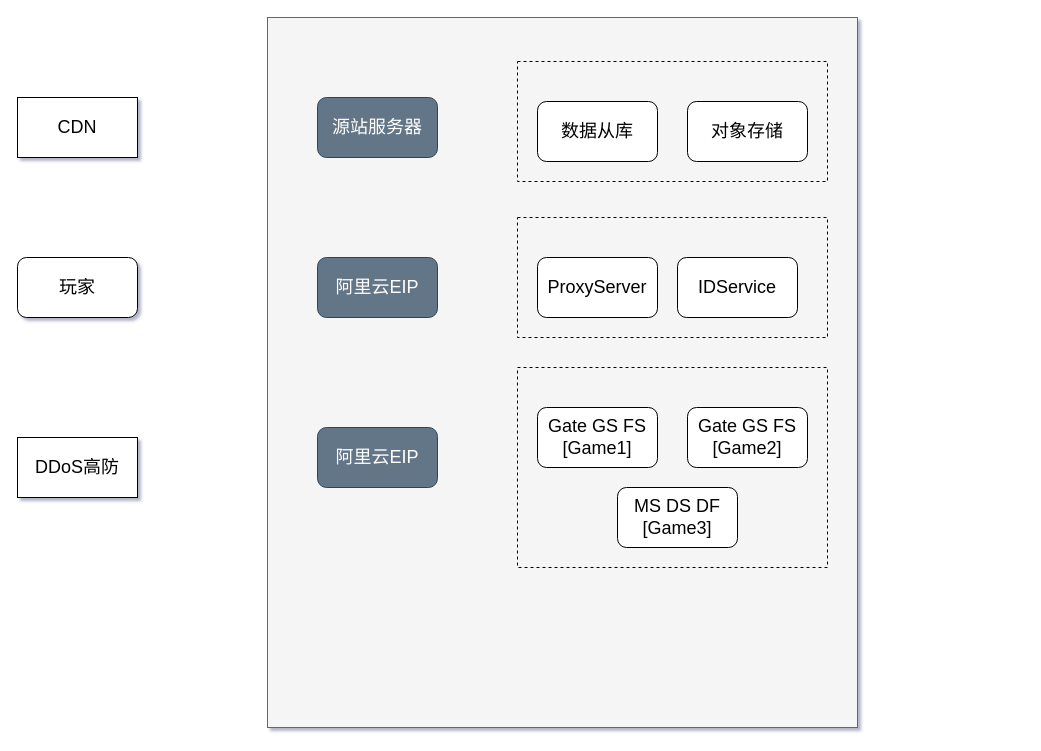
This is Untitled Diagram.drawio from Tonnnnnny/zhaozhiyang, a draw.io file, before an edit. Source tidied: cells renumbered, new cells numbered last; positions are measured from the earlier drawing's top-left corner, leaving out a move shared by most shapes. Both pictures are drawn from the tidied source at 100%, with x=0, y=0 at pixel (17, 17).
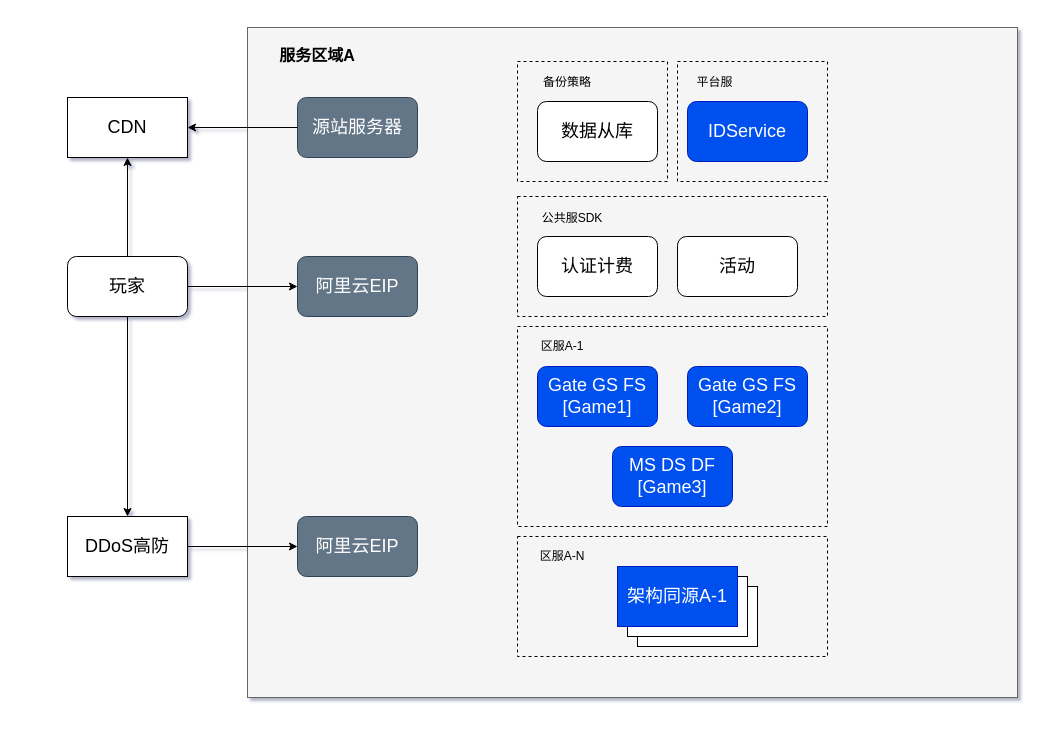
After the change.

What changed in the source:
```diff
@@
     <mxCell id="2" style="rounded=0;whiteSpace=wrap;html=1;fillColor=#f5f5f5;strokeColor=#666666;fontColor=#333333;" parent="1" vertex="1">
-      <mxGeometry x="250" width="590" height="710" as="geometry" />
+      <mxGeometry x="230" y="10" width="770" height="670" as="geometry" />
     </mxCell>
     <mxCell id="3" style="rounded=0;whiteSpace=wrap;html=1;dashed=1;fillColor=none;" parent="1" vertex="1">
-      <mxGeometry x="500" y="44" width="310" height="120" as="geometry" />
+      <mxGeometry x="500" y="44" width="150" height="120" as="geometry" />
     </mxCell>
@@
     <mxCell id="5" value="&lt;span&gt;&lt;span style=&quot;font-weight: normal&quot;&gt;&lt;font color=&quot;#ffffff&quot; style=&quot;font-size: 18px&quot;&gt;阿里云EIP&lt;/font&gt;&lt;/span&gt;&lt;/span&gt;" style="rounded=1;whiteSpace=wrap;html=1;fillColor=#647687;strokeColor=#314354;fontColor=#ffffff;fontStyle=1;" parent="1" vertex="1">
-      <mxGeometry x="300" y="240" width="120" height="60" as="geometry" />
+      <mxGeometry x="280" y="239" width="120" height="60" as="geometry" />
     </mxCell>
     <mxCell id="6" value="&lt;span&gt;&lt;font color=&quot;#ffffff&quot; style=&quot;font-size: 18px&quot;&gt;阿里云EIP&lt;/font&gt;&lt;/span&gt;" style="rounded=1;whiteSpace=wrap;html=1;fillColor=#647687;strokeColor=#314354;fontColor=#ffffff;" parent="1" vertex="1">
-      <mxGeometry x="300" y="410" width="120" height="60" as="geometry" />
+      <mxGeometry x="280" y="499" width="120" height="60" as="geometry" />
     </mxCell>
     <mxCell id="7" value="&lt;font style=&quot;font-size: 18px&quot;&gt;CDN&lt;/font&gt;" style="rounded=0;whiteSpace=wrap;html=1;strokeColor=#000000;fillColor=#FFFFFF;" parent="1" vertex="1">
-      <mxGeometry y="80" width="120" height="60" as="geometry" />
+      <mxGeometry x="50" y="80" width="120" height="60" as="geometry" />
     </mxCell>
     <mxCell id="8" value="&lt;font style=&quot;font-size: 18px&quot;&gt;玩家&lt;/font&gt;" style="rounded=1;whiteSpace=wrap;html=1;strokeColor=#000000;fillColor=#FFFFFF;" parent="1" vertex="1">
-      <mxGeometry y="240" width="120" height="60" as="geometry" />
+      <mxGeometry x="50" y="239" width="120" height="60" as="geometry" />
     </mxCell>
     <mxCell id="9" value="&lt;font style=&quot;font-size: 18px&quot;&gt;DDoS高防&lt;/font&gt;" style="rounded=0;whiteSpace=wrap;html=1;strokeColor=#000000;fillColor=#FFFFFF;" parent="1" vertex="1">
-      <mxGeometry y="420" width="120" height="60" as="geometry" />
+      <mxGeometry x="50" y="499" width="120" height="60" as="geometry" />
     </mxCell>
     <mxCell id="10" value="&lt;span&gt;&lt;span style=&quot;font-weight: normal&quot;&gt;&lt;font color=&quot;#ffffff&quot; style=&quot;font-size: 18px&quot;&gt;源站服务器&lt;/font&gt;&lt;/span&gt;&lt;/span&gt;" style="rounded=1;whiteSpace=wrap;html=1;fillColor=#647687;strokeColor=#314354;fontColor=#ffffff;fontStyle=1;" parent="1" vertex="1">
-      <mxGeometry x="300" y="80" width="120" height="60" as="geometry" />
+      <mxGeometry x="280" y="80" width="120" height="60" as="geometry" />
     </mxCell>
-    <mxCell id="11" value="&lt;font style=&quot;font-size: 18px&quot;&gt;对象存储&lt;/font&gt;" style="rounded=1;whiteSpace=wrap;html=1;" parent="1" vertex="1">
-      <mxGeometry x="670" y="84" width="120" height="60" as="geometry" />
-    </mxCell>
-    <mxCell id="12" style="rounded=0;whiteSpace=wrap;html=1;dashed=1;fillColor=none;" parent="1" vertex="1">
-      <mxGeometry x="500" y="200" width="310" height="120" as="geometry" />
-    </mxCell>
-    <mxCell id="13" value="&lt;span style=&quot;font-size: 18px&quot;&gt;IDService&lt;/span&gt;" style="rounded=1;whiteSpace=wrap;html=1;" parent="1" vertex="1">
-      <mxGeometry x="660" y="240" width="120" height="60" as="geometry" />
+    <mxCell id="13" value="&lt;span style=&quot;font-size: 18px&quot;&gt;IDService&lt;/span&gt;" style="rounded=1;whiteSpace=wrap;html=1;fillColor=#0050ef;strokeColor=#001DBC;fontColor=#ffffff;" parent="1" vertex="1">
+      <mxGeometry x="670" y="84" width="120" height="60" as="geometry" />
     </mxCell>
-    <mxCell id="14" value="&lt;span style=&quot;font-size: 18px&quot;&gt;ProxyServer&lt;/span&gt;" style="rounded=1;whiteSpace=wrap;html=1;" parent="1" vertex="1">
-      <mxGeometry x="520" y="240" width="120" height="60" as="geometry" />
-    </mxCell>
-    <mxCell id="15" style="rounded=0;whiteSpace=wrap;html=1;dashed=1;fillColor=none;" parent="1" vertex="1">
-      <mxGeometry x="500" y="350" width="310" height="200" as="geometry" />
-    </mxCell>
+    <mxCell id="19" style="rounded=0;whiteSpace=wrap;html=1;dashed=1;fillColor=none;" parent="1" vertex="1">
+      <mxGeometry x="500" y="179" width="310" height="120" as="geometry" />
+    </mxCell>
+    <mxCell id="20" value="&lt;span style=&quot;font-size: 18px&quot;&gt;活动&lt;/span&gt;" style="rounded=1;whiteSpace=wrap;html=1;" parent="1" vertex="1">
+      <mxGeometry x="660" y="219" width="120" height="60" as="geometry" />
+    </mxCell>
+    <mxCell id="21" value="&lt;span style=&quot;font-size: 18px&quot;&gt;认证计费&lt;/span&gt;" style="rounded=1;whiteSpace=wrap;html=1;" parent="1" vertex="1">
+      <mxGeometry x="520" y="219" width="120" height="60" as="geometry" />
+    </mxCell>
+    <mxCell id="22" style="rounded=0;whiteSpace=wrap;html=1;dashed=1;fillColor=none;" parent="1" vertex="1">
+      <mxGeometry x="500" y="519" width="310" height="120" as="geometry" />
+    </mxCell>
+    <mxCell id="23" style="rounded=0;whiteSpace=wrap;html=1;strokeColor=#000000;fillColor=#FFFFFF;" parent="1" vertex="1">
+      <mxGeometry x="620" y="569" width="120" height="60" as="geometry" />
+    </mxCell>
+    <mxCell id="24" style="rounded=0;whiteSpace=wrap;html=1;strokeColor=#000000;fillColor=#FFFFFF;" parent="1" vertex="1">
+      <mxGeometry x="610" y="559" width="120" height="60" as="geometry" />
+    </mxCell>
+    <mxCell id="25" value="&lt;font style=&quot;font-size: 18px&quot;&gt;架构同源A-1&lt;/font&gt;" style="rounded=0;whiteSpace=wrap;html=1;strokeColor=#001DBC;fillColor=#0050ef;fontColor=#ffffff;" parent="1" vertex="1">
+      <mxGeometry x="600" y="549" width="120" height="60" as="geometry" />
+    </mxCell>
+    <mxCell id="26" style="rounded=0;whiteSpace=wrap;html=1;dashed=1;fillColor=none;" parent="1" vertex="1">
+      <mxGeometry x="500" y="309" width="310" height="200" as="geometry" />
+    </mxCell>
+    <mxCell id="17" value="&lt;span style=&quot;font-size: 18px&quot;&gt;Gate GS FS&lt;/span&gt;&lt;br style=&quot;font-size: 18px&quot;&gt;&lt;span style=&quot;font-size: 18px&quot;&gt;[Game2]&lt;/span&gt;" style="rounded=1;whiteSpace=wrap;html=1;fillColor=#0050ef;strokeColor=#001DBC;fontColor=#ffffff;" parent="1" vertex="1">
+      <mxGeometry x="670" y="349" width="120" height="60" as="geometry" />
+    </mxCell>
-    <mxCell id="16" value="&lt;span style=&quot;font-size: 18px&quot;&gt;Gate GS FS&lt;br&gt;[Game1]&lt;br&gt;&lt;/span&gt;" style="rounded=1;whiteSpace=wrap;html=1;" parent="1" vertex="1">
-      <mxGeometry x="520" y="390" width="120" height="60" as="geometry" />
+    <mxCell id="16" value="&lt;span style=&quot;font-size: 18px&quot;&gt;Gate GS FS&lt;br&gt;[Game1]&lt;br&gt;&lt;/span&gt;" style="rounded=1;whiteSpace=wrap;html=1;fillColor=#0050ef;strokeColor=#001DBC;fontColor=#ffffff;" parent="1" vertex="1">
+      <mxGeometry x="520" y="349" width="120" height="60" as="geometry" />
     </mxCell>
-    <mxCell id="17" value="&lt;span style=&quot;font-size: 18px&quot;&gt;Gate GS FS&lt;/span&gt;&lt;br style=&quot;font-size: 18px&quot;&gt;&lt;span style=&quot;font-size: 18px&quot;&gt;[Game2]&lt;/span&gt;" style="rounded=1;whiteSpace=wrap;html=1;" parent="1" vertex="1">
-      <mxGeometry x="670" y="390" width="120" height="60" as="geometry" />
-    </mxCell>
-    <mxCell id="18" value="&lt;span style=&quot;font-size: 18px&quot;&gt;MS DS DF&lt;br&gt;[Game3]&lt;br&gt;&lt;/span&gt;" style="rounded=1;whiteSpace=wrap;html=1;" parent="1" vertex="1">
-      <mxGeometry x="600" y="470" width="120" height="60" as="geometry" />
+    <mxCell id="18" value="&lt;span style=&quot;font-size: 18px&quot;&gt;MS DS DF&lt;br&gt;[Game3]&lt;br&gt;&lt;/span&gt;" style="rounded=1;whiteSpace=wrap;html=1;fillColor=#0050ef;strokeColor=#001DBC;fontColor=#ffffff;" parent="1" vertex="1">
+      <mxGeometry x="595" y="429" width="120" height="60" as="geometry" />
     </mxCell>
+    <mxCell id="27" value="备份策略" style="text;html=1;strokeColor=none;fillColor=none;align=center;verticalAlign=middle;whiteSpace=wrap;rounded=0;" parent="1" vertex="1">
+      <mxGeometry x="520" y="55" width="60" height="20" as="geometry" />
+    </mxCell>
+    <mxCell id="28" value="平台服" style="text;html=1;strokeColor=none;fillColor=none;align=center;verticalAlign=middle;whiteSpace=wrap;rounded=0;" parent="1" vertex="1">
+      <mxGeometry x="675" y="55" width="45" height="20" as="geometry" />
+    </mxCell>
+    <mxCell id="29" value="公共服SDK" style="text;html=1;strokeColor=none;fillColor=none;align=center;verticalAlign=middle;whiteSpace=wrap;rounded=0;" parent="1" vertex="1">
+      <mxGeometry x="520" y="191" width="70" height="20" as="geometry" />
+    </mxCell>
+    <mxCell id="30" value="区服A-1" style="text;html=1;strokeColor=none;fillColor=none;align=center;verticalAlign=middle;whiteSpace=wrap;rounded=0;" parent="1" vertex="1">
+      <mxGeometry x="520" y="319" width="50" height="20" as="geometry" />
+    </mxCell>
+    <mxCell id="31" value="区服A-N" style="text;html=1;strokeColor=none;fillColor=none;align=center;verticalAlign=middle;whiteSpace=wrap;rounded=0;" parent="1" vertex="1">
+      <mxGeometry x="520" y="529" width="50" height="20" as="geometry" />
+    </mxCell>
+    <mxCell id="32" value="&lt;b&gt;&lt;font style=&quot;font-size: 16px&quot;&gt;服务区域A&lt;/font&gt;&lt;/b&gt;" style="text;html=1;strokeColor=none;fillColor=none;align=center;verticalAlign=middle;whiteSpace=wrap;rounded=0;" parent="1" vertex="1">
+      <mxGeometry x="260" y="28" width="80" height="20" as="geometry" />
+    </mxCell>
+    <mxCell id="33" style="rounded=0;whiteSpace=wrap;html=1;dashed=1;fillColor=none;" parent="1" vertex="1">
+      <mxGeometry x="660" y="44" width="150" height="120" as="geometry" />
+    </mxCell>
+    <mxCell id="34" style="endArrow=classic;html=1;exitX=0;exitY=0.5;exitDx=0;exitDy=0;entryX=1;entryY=0.5;entryDx=0;entryDy=0;" parent="1" edge="1" source="10" target="7">
+      <mxGeometry relative="1" as="geometry" />
+    </mxCell>
+    <mxCell id="35" style="endArrow=classic;html=1;entryX=0.5;entryY=1;entryDx=0;entryDy=0;exitX=0.5;exitY=0;exitDx=0;exitDy=0;" parent="1" edge="1" source="8" target="7">
+      <mxGeometry relative="1" as="geometry" />
+    </mxCell>
+    <mxCell id="36" style="endArrow=classic;html=1;" parent="1" edge="1" target="5">
+      <mxGeometry relative="1" as="geometry">
+        <mxPoint x="170" y="269" as="sourcePoint" />
+      </mxGeometry>
+    </mxCell>
+    <mxCell id="37" style="endArrow=classic;html=1;" parent="1" edge="1" target="9">
+      <mxGeometry relative="1" as="geometry">
+        <mxPoint x="110" y="299" as="sourcePoint" />
+      </mxGeometry>
+    </mxCell>
+    <mxCell id="38" style="endArrow=classic;html=1;" parent="1" edge="1" target="6">
+      <mxGeometry relative="1" as="geometry">
+        <mxPoint x="170" y="529" as="sourcePoint" />
+      </mxGeometry>
+    </mxCell>
```
